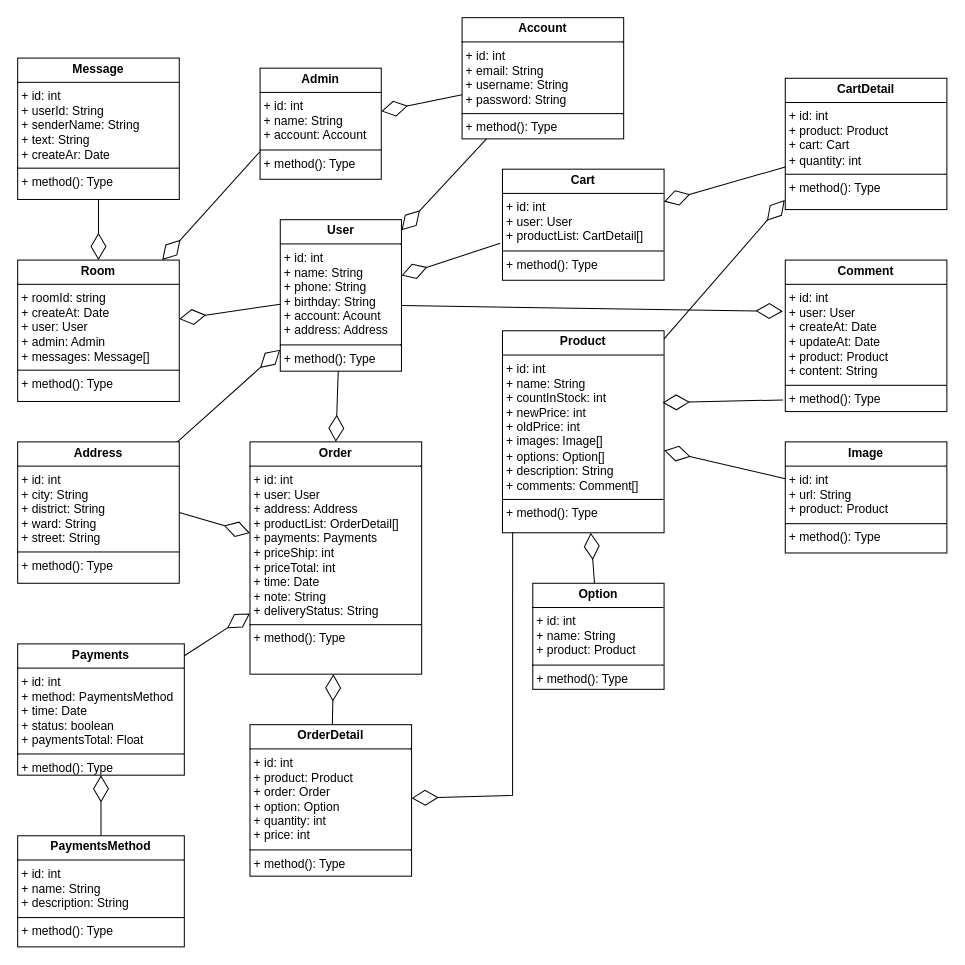
The draw.io diagram Biểu đồ không có tiêu đề.drawio in NhatBui029/backend-ecommerce-react_native, before the edit. Source tidied: cells renumbered, new cells numbered last; positions are measured from the earlier drawing's top-left corner, leaving out a move shared by most shapes. Both pictures are drawn from the tidied source at 101%, with x=0, y=0 at pixel (17, 17).
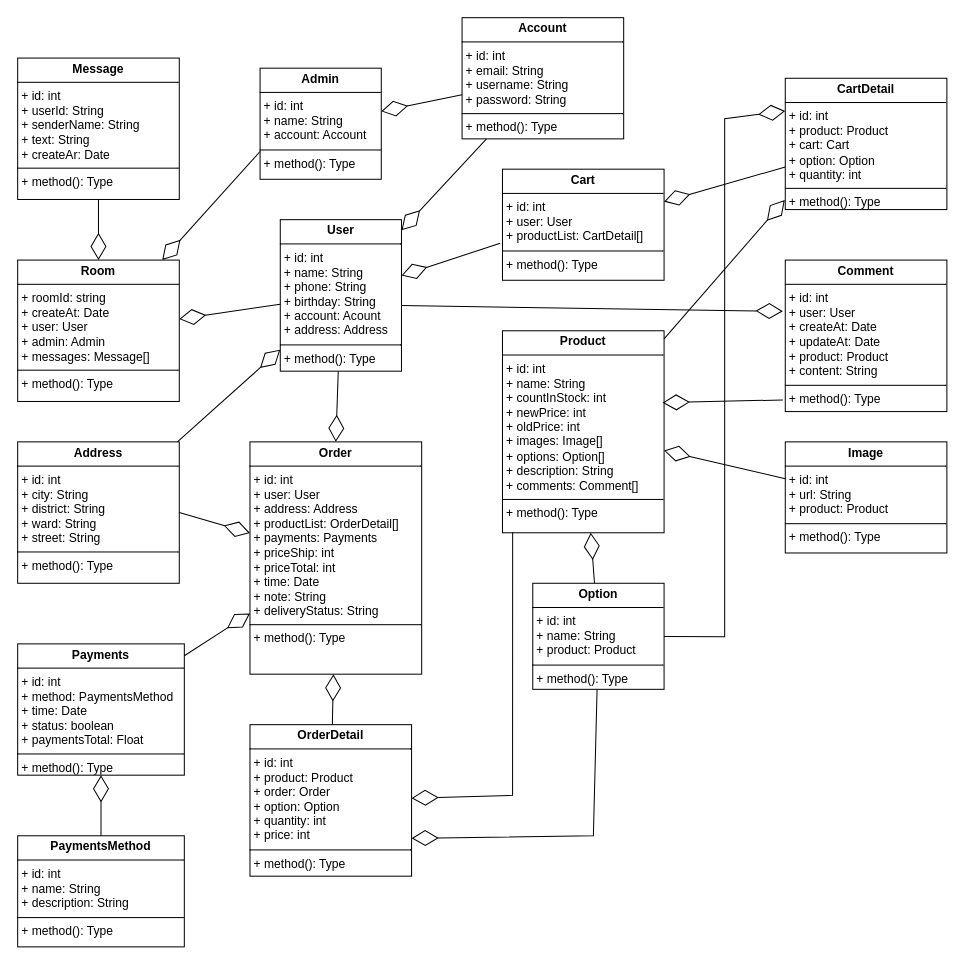
The same page after the edit.

Commit message:
Cập nhật Biểu đồ không có tiêu đề.drawio

Unchanged cells that the change refers to:
```xml
<mxCell id="9" value="&lt;p style=&quot;margin:0px;margin-top:4px;text-align:center;&quot;&gt;&lt;b&gt;OrderDetail&lt;/b&gt;&lt;/p&gt;&lt;hr size=&quot;1&quot; style=&quot;border-style:solid;&quot;&gt;&lt;p style=&quot;margin:0px;margin-left:4px;&quot;&gt;+ id: int&lt;/p&gt;&lt;p style=&quot;margin:0px;margin-left:4px;&quot;&gt;+ product: Product&lt;/p&gt;&lt;p style=&quot;margin:0px;margin-left:4px;&quot;&gt;+ order: Order&lt;/p&gt;&lt;p style=&quot;margin:0px;margin-left:4px;&quot;&gt;+ option: Option&lt;/p&gt;&lt;p style=&quot;margin:0px;margin-left:4px;&quot;&gt;+ quantity: int&lt;/p&gt;&lt;p style=&quot;margin:0px;margin-left:4px;&quot;&gt;+ price: int&lt;/p&gt;&lt;hr size=&quot;1&quot; style=&quot;border-style:solid;&quot;&gt;&lt;p style=&quot;margin:0px;margin-left:4px;&quot;&gt;+ method(): Type&lt;/p&gt;" style="verticalAlign=top;align=left;overflow=fill;html=1;whiteSpace=wrap;" parent="1" vertex="1">
  <mxGeometry x="230" y="700" width="160" height="150" as="geometry" />
</mxCell>
<mxCell id="33" value="&lt;p style=&quot;margin:0px;margin-top:4px;text-align:center;&quot;&gt;&lt;b&gt;Option&lt;/b&gt;&lt;/p&gt;&lt;hr size=&quot;1&quot; style=&quot;border-style:solid;&quot;&gt;&lt;p style=&quot;margin:0px;margin-left:4px;&quot;&gt;+ id: int&lt;/p&gt;&lt;p style=&quot;margin:0px;margin-left:4px;&quot;&gt;+ name: String&lt;/p&gt;&lt;p style=&quot;margin:0px;margin-left:4px;&quot;&gt;+ product: Product&lt;/p&gt;&lt;hr size=&quot;1&quot; style=&quot;border-style:solid;&quot;&gt;&lt;p style=&quot;margin:0px;margin-left:4px;&quot;&gt;+ method(): Type&lt;/p&gt;" style="verticalAlign=top;align=left;overflow=fill;html=1;whiteSpace=wrap;" parent="1" vertex="1">
  <mxGeometry x="510" y="560" width="130" height="105" as="geometry" />
</mxCell>
```

What changed in the source:
```diff
@@
-    <mxCell id="12" value="&lt;p style=&quot;margin:0px;margin-top:4px;text-align:center;&quot;&gt;&lt;b&gt;CartDetail&lt;/b&gt;&lt;/p&gt;&lt;hr size=&quot;1&quot; style=&quot;border-style:solid;&quot;&gt;&lt;p style=&quot;margin:0px;margin-left:4px;&quot;&gt;+ id: int&lt;/p&gt;&lt;p style=&quot;margin:0px;margin-left:4px;&quot;&gt;+ product: Product&lt;/p&gt;&lt;p style=&quot;margin:0px;margin-left:4px;&quot;&gt;+ cart: Cart&lt;/p&gt;&lt;p style=&quot;margin:0px;margin-left:4px;&quot;&gt;+ quantity: int&lt;/p&gt;&lt;hr size=&quot;1&quot; style=&quot;border-style:solid;&quot;&gt;&lt;p style=&quot;margin:0px;margin-left:4px;&quot;&gt;+ method(): Type&lt;/p&gt;" style="verticalAlign=top;align=left;overflow=fill;html=1;whiteSpace=wrap;" parent="1" vertex="1">
+    <mxCell id="12" value="&lt;p style=&quot;margin:0px;margin-top:4px;text-align:center;&quot;&gt;&lt;b&gt;CartDetail&lt;/b&gt;&lt;/p&gt;&lt;hr size=&quot;1&quot; style=&quot;border-style:solid;&quot;&gt;&lt;p style=&quot;margin:0px;margin-left:4px;&quot;&gt;+ id: int&lt;/p&gt;&lt;p style=&quot;margin:0px;margin-left:4px;&quot;&gt;+ product: Product&lt;/p&gt;&lt;p style=&quot;margin:0px;margin-left:4px;&quot;&gt;+ cart: Cart&lt;/p&gt;&lt;p style=&quot;margin:0px;margin-left:4px;&quot;&gt;+ option: Option&lt;/p&gt;&lt;p style=&quot;margin:0px;margin-left:4px;&quot;&gt;+ quantity: int&lt;/p&gt;&lt;hr size=&quot;1&quot; style=&quot;border-style:solid;&quot;&gt;&lt;p style=&quot;margin:0px;margin-left:4px;&quot;&gt;+ method(): Type&lt;/p&gt;" style="verticalAlign=top;align=left;overflow=fill;html=1;whiteSpace=wrap;" parent="1" vertex="1">
       <mxGeometry x="760" y="60" width="160" height="130" as="geometry" />
     </mxCell>
@@
+    <mxCell id="37" style="endArrow=diamondThin;endFill=0;endSize=24;html=1;rounded=0;entryX=1;entryY=0.75;entryDx=0;entryDy=0;" parent="1" edge="1" source="33" target="9">
+      <mxGeometry relative="1" as="geometry">
+        <Array as="points">
+          <mxPoint x="570" y="810" />
+        </Array>
+      </mxGeometry>
+    </mxCell>
+    <mxCell id="38" style="endArrow=diamondThin;endFill=0;endSize=24;html=1;rounded=0;entryX=0;entryY=0.25;entryDx=0;entryDy=0;" parent="1" edge="1" source="33" target="12">
+      <mxGeometry relative="1" as="geometry">
+        <Array as="points">
+          <mxPoint x="700" y="613" />
+          <mxPoint x="700" y="100" />
+        </Array>
+      </mxGeometry>
+    </mxCell>
```
